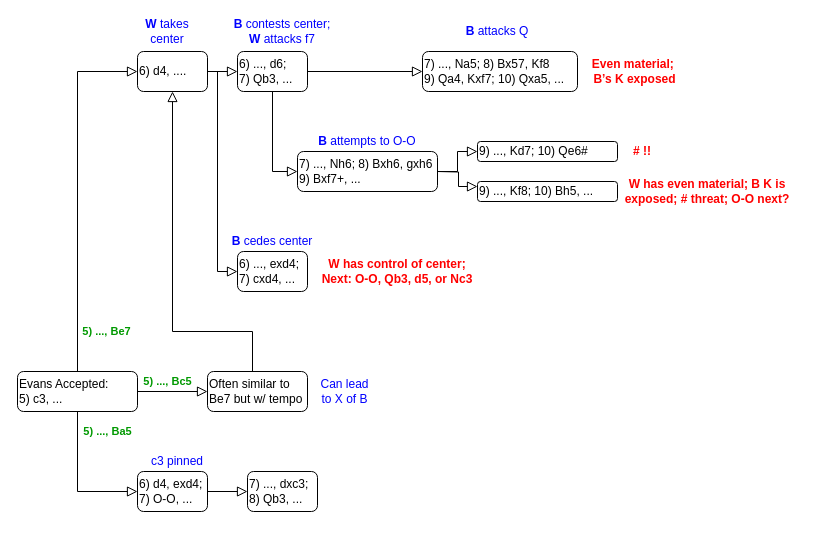
Earlier version of the draw.io diagram Evans - 20200628 v01.drawio (tsnellgrove/draw.io). Source tidied: cells renumbered, new cells numbered last; positions are measured from the earlier drawing's top-left corner, leaving out a move shared by most shapes. Both pictures are drawn from the tidied source at 100%, with x=0, y=0 at pixel (17, 21).
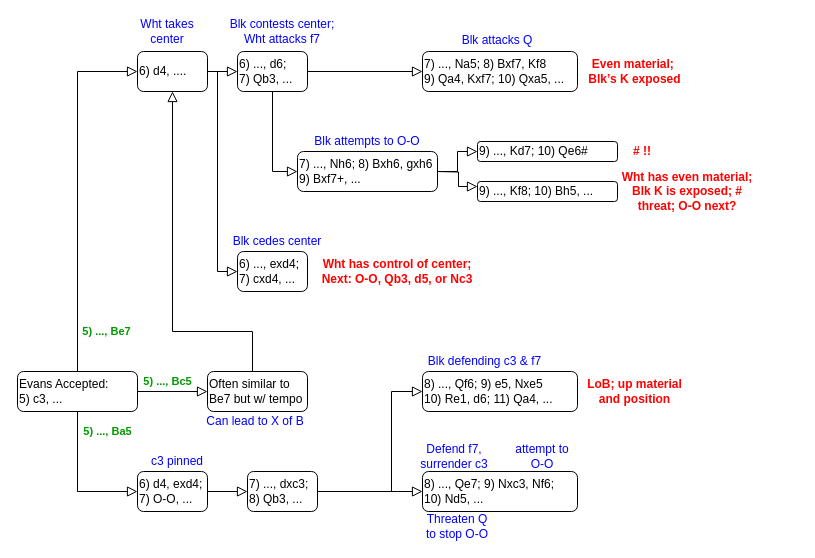
Above is the later version.

The change refers to these unchanged cells:
```xml
<mxCell id="33" value="&lt;div&gt;7) ..., dxc3;&lt;/div&gt;&lt;div&gt;8) Qb3, ...&lt;br&gt; &lt;/div&gt;" style="rounded=1;whiteSpace=wrap;html=1;fontSize=12;glass=0;strokeWidth=1;shadow=0;align=left;" parent="1" vertex="1">
  <mxGeometry x="230" y="450" width="70" height="40" as="geometry" />
</mxCell>
```

Diff of the diagram source:
```diff
@@
-    <mxCell id="7" value="7) ..., Na5; 8) Bx57, Kf8&lt;br&gt;9) Qa4, Kxf7; 10) Qxa5, ..." style="rounded=1;whiteSpace=wrap;html=1;fontSize=12;glass=0;strokeWidth=1;shadow=0;align=left;" parent="1" vertex="1">
+    <mxCell id="7" value="7) ..., Na5; 8) Bxf7, Kf8&lt;br&gt;9) Qa4, Kxf7; 10) Qxa5, ..." style="rounded=1;whiteSpace=wrap;html=1;fontSize=12;glass=0;strokeWidth=1;shadow=0;align=left;" parent="1" vertex="1">
       <mxGeometry x="405" y="30" width="155" height="40" as="geometry" />
     </mxCell>
@@
-    <mxCell id="9" value="&lt;b&gt;W&lt;/b&gt; takes center" style="text;html=1;strokeColor=none;fillColor=none;align=center;verticalAlign=middle;whiteSpace=wrap;rounded=0;fontColor=#0000FF;" parent="1" vertex="1">
+    <mxCell id="9" value="Wht takes center" style="text;html=1;strokeColor=none;fillColor=none;align=center;verticalAlign=middle;whiteSpace=wrap;rounded=0;fontColor=#0000FF;" parent="1" vertex="1">
       <mxGeometry x="120" width="60" height="20" as="geometry" />
     </mxCell>
-    <mxCell id="10" value="&lt;b&gt;B&lt;/b&gt;&amp;nbsp;attacks Q" style="text;html=1;strokeColor=none;fillColor=none;align=center;verticalAlign=middle;whiteSpace=wrap;rounded=0;fontColor=#0000FF;" parent="1" vertex="1">
-      <mxGeometry x="400" width="160" height="20" as="geometry" />
+    <mxCell id="10" value="Blk attacks Q" style="text;html=1;strokeColor=none;fillColor=none;align=center;verticalAlign=middle;whiteSpace=wrap;rounded=0;fontColor=#0000FF;" parent="1" vertex="1">
+      <mxGeometry x="400" y="9" width="160" height="20" as="geometry" />
     </mxCell>
-    <mxCell id="11" value="&lt;b&gt;B&lt;/b&gt;&amp;nbsp;cedes center" style="text;html=1;strokeColor=none;fillColor=none;align=center;verticalAlign=middle;whiteSpace=wrap;rounded=0;fontColor=#0000FF;" parent="1" vertex="1">
-      <mxGeometry x="210" y="210" width="90" height="20" as="geometry" />
+    <mxCell id="11" value="Blk cedes center" style="text;html=1;strokeColor=none;fillColor=none;align=center;verticalAlign=middle;whiteSpace=wrap;rounded=0;fontColor=#0000FF;" parent="1" vertex="1">
+      <mxGeometry x="210" y="210" width="100" height="20" as="geometry" />
     </mxCell>
-    <mxCell id="12" value="&lt;b&gt;Even material;&amp;nbsp;&lt;br&gt;B’s K exposed&lt;br&gt;&lt;/b&gt;" style="text;html=1;strokeColor=none;fillColor=none;align=center;verticalAlign=middle;whiteSpace=wrap;rounded=0;fontColor=#FF0000;" parent="1" vertex="1">
+    <mxCell id="12" value="&lt;b&gt;Even material;&amp;nbsp;&lt;br&gt;Blk’s K exposed&lt;br&gt;&lt;/b&gt;" style="text;html=1;strokeColor=none;fillColor=none;align=center;verticalAlign=middle;whiteSpace=wrap;rounded=0;fontColor=#FF0000;" parent="1" vertex="1">
       <mxGeometry x="560" y="40" width="115" height="20" as="geometry" />
     </mxCell>
@@
-    <mxCell id="19" value="&lt;b&gt;B&lt;/b&gt;&amp;nbsp;attempts to O-O" style="text;html=1;strokeColor=none;fillColor=none;align=center;verticalAlign=middle;whiteSpace=wrap;rounded=0;fontColor=#0000FF;" parent="1" vertex="1">
+    <mxCell id="19" value="Blk attempts to O-O" style="text;html=1;strokeColor=none;fillColor=none;align=center;verticalAlign=middle;whiteSpace=wrap;rounded=0;fontColor=#0000FF;" parent="1" vertex="1">
       <mxGeometry x="280" y="110" width="140" height="20" as="geometry" />
     </mxCell>
@@
-    <mxCell id="21" value="&lt;b&gt;W has even material; B K is exposed; # threat; O-O next?&lt;br&gt;&lt;/b&gt;" style="text;html=1;strokeColor=none;fillColor=none;align=center;verticalAlign=middle;whiteSpace=wrap;rounded=0;fontColor=#FF0000;" parent="1" vertex="1">
-      <mxGeometry x="600" y="160" width="180" height="20" as="geometry" />
+    <mxCell id="21" value="&lt;b&gt;Wht has even material; Blk K is exposed; # threat; O-O next?&lt;br&gt;&lt;/b&gt;" style="text;html=1;strokeColor=none;fillColor=none;align=center;verticalAlign=middle;whiteSpace=wrap;rounded=0;fontColor=#FF0000;" parent="1" vertex="1">
+      <mxGeometry x="600" y="160" width="140" height="20" as="geometry" />
     </mxCell>
@@
-    <mxCell id="24" value="&lt;b&gt;B&lt;/b&gt;&amp;nbsp;contests center; &lt;b&gt;W&lt;/b&gt;&amp;nbsp;attacks f7" style="text;html=1;strokeColor=none;fillColor=none;align=center;verticalAlign=middle;whiteSpace=wrap;rounded=0;fontColor=#0000FF;" parent="1" vertex="1">
+    <mxCell id="24" value="Blk contests center; Wht attacks f7" style="text;html=1;strokeColor=none;fillColor=none;align=center;verticalAlign=middle;whiteSpace=wrap;rounded=0;fontColor=#0000FF;" parent="1" vertex="1">
       <mxGeometry x="210" width="110" height="20" as="geometry" />
     </mxCell>
-    <mxCell id="25" value="&lt;b&gt;W has control of center; Next: O-O, Qb3, d5, or Nc3&lt;br&gt;&lt;/b&gt;" style="text;html=1;strokeColor=none;fillColor=none;align=center;verticalAlign=middle;whiteSpace=wrap;rounded=0;fontColor=#FF0000;" parent="1" vertex="1">
+    <mxCell id="25" value="&lt;b&gt;Wht has control of center; Next: O-O, Qb3, d5, or Nc3&lt;br&gt;&lt;/b&gt;" style="text;html=1;strokeColor=none;fillColor=none;align=center;verticalAlign=middle;whiteSpace=wrap;rounded=0;fontColor=#FF0000;" parent="1" vertex="1">
       <mxGeometry x="300" y="240" width="160" height="20" as="geometry" />
     </mxCell>
@@
     <mxCell id="29" value="Can lead to X of B" style="text;html=1;strokeColor=none;fillColor=none;align=center;verticalAlign=middle;whiteSpace=wrap;rounded=0;fontColor=#0000FF;" parent="1" vertex="1">
-      <mxGeometry x="300" y="360" width="55" height="20" as="geometry" />
+      <mxGeometry x="188" y="390" width="100" height="20" as="geometry" />
     </mxCell>
@@
+    <mxCell id="35" value="8) ..., Qf6; 9) e5, Nxe5&lt;br&gt;10) Re1, d6; 11) Qa4, ..." style="rounded=1;whiteSpace=wrap;html=1;fontSize=12;glass=0;strokeWidth=1;shadow=0;align=left;" parent="1" vertex="1">
+      <mxGeometry x="405" y="350" width="155" height="40" as="geometry" />
+    </mxCell>
+    <mxCell id="36" style="rounded=0;html=1;jettySize=auto;fontSize=11;endArrow=block;endFill=0;endSize=8;strokeWidth=1;shadow=0;labelBackgroundColor=none;edgeStyle=orthogonalEdgeStyle;entryX=0;entryY=0.5;entryDx=0;entryDy=0;exitX=1;exitY=0.5;exitDx=0;exitDy=0;" parent="1" edge="1" source="33" target="35">
+      <mxGeometry relative="1" as="geometry">
+        <Array as="points">
+          <mxPoint x="374" y="470" />
+          <mxPoint x="374" y="370" />
+        </Array>
+      </mxGeometry>
+    </mxCell>
+    <mxCell id="37" value="Blk defending c3 &amp;amp; f7" style="text;html=1;strokeColor=none;fillColor=none;align=center;verticalAlign=middle;whiteSpace=wrap;rounded=0;fontColor=#0000FF;" parent="1" vertex="1">
+      <mxGeometry x="405" y="330" width="125" height="20" as="geometry" />
+    </mxCell>
+    <mxCell id="38" value="&lt;b&gt;LoB; up material &lt;br&gt;and position&lt;br&gt;&lt;/b&gt;" style="text;html=1;strokeColor=none;fillColor=none;align=center;verticalAlign=middle;whiteSpace=wrap;rounded=0;fontColor=#FF0000;" parent="1" vertex="1">
+      <mxGeometry x="560" y="360" width="115" height="20" as="geometry" />
+    </mxCell>
+    <mxCell id="39" value="8) ..., Qe7; 9) Nxc3, Nf6;&lt;br&gt;10) Nd5, ..." style="rounded=1;whiteSpace=wrap;html=1;fontSize=12;glass=0;strokeWidth=1;shadow=0;align=left;" parent="1" vertex="1">
+      <mxGeometry x="405" y="450" width="155" height="40" as="geometry" />
+    </mxCell>
+    <mxCell id="40" style="rounded=0;html=1;jettySize=auto;fontSize=11;endArrow=block;endFill=0;endSize=8;strokeWidth=1;shadow=0;labelBackgroundColor=none;edgeStyle=orthogonalEdgeStyle;exitX=1;exitY=0.5;exitDx=0;exitDy=0;entryX=0;entryY=0.5;entryDx=0;entryDy=0;" parent="1" edge="1" source="33" target="39">
+      <mxGeometry relative="1" as="geometry">
+        <Array as="points">
+          <mxPoint x="380" y="470" />
+          <mxPoint x="380" y="470" />
+        </Array>
+      </mxGeometry>
+    </mxCell>
+    <mxCell id="41" value="Defend f7, surrender c3" style="text;html=1;strokeColor=none;fillColor=none;align=center;verticalAlign=middle;whiteSpace=wrap;rounded=0;fontColor=#0000FF;" parent="1" vertex="1">
+      <mxGeometry x="402" y="425" width="70" height="20" as="geometry" />
+    </mxCell>
+    <mxCell id="42" value="attempt to O-O" style="text;html=1;strokeColor=none;fillColor=none;align=center;verticalAlign=middle;whiteSpace=wrap;rounded=0;fontColor=#0000FF;" parent="1" vertex="1">
+      <mxGeometry x="490" y="425" width="70" height="20" as="geometry" />
+    </mxCell>
+    <mxCell id="43" value="Threaten Q to stop O-O" style="text;html=1;strokeColor=none;fillColor=none;align=center;verticalAlign=middle;whiteSpace=wrap;rounded=0;fontColor=#0000FF;" parent="1" vertex="1">
+      <mxGeometry x="405" y="495" width="70" height="20" as="geometry" />
+    </mxCell>
```
